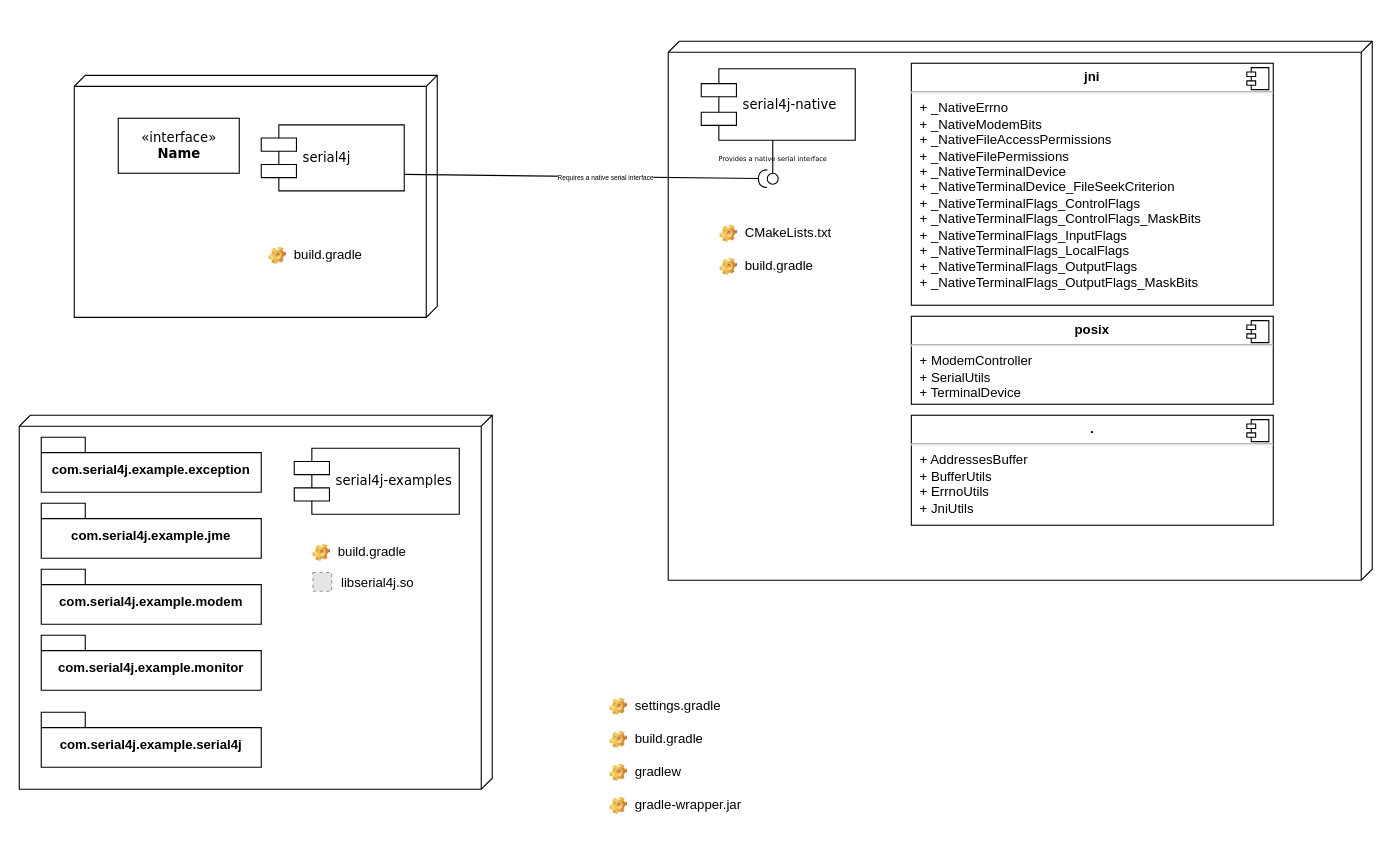
The draw.io diagram .repo-resources/abstraction-layer/byte-flow-architecture.drawio in Electrostat-Lab/Serial4j, before the edit. Source tidied: cells renumbered, new cells numbered last; positions are measured from the earlier drawing's top-left corner, leaving out a move shared by most shapes. Both pictures are drawn from the tidied source at 110%, with x=0, y=0 at pixel (19, 41). Pictures stored in the file or linked from it are replaced by grey dashed boxes.
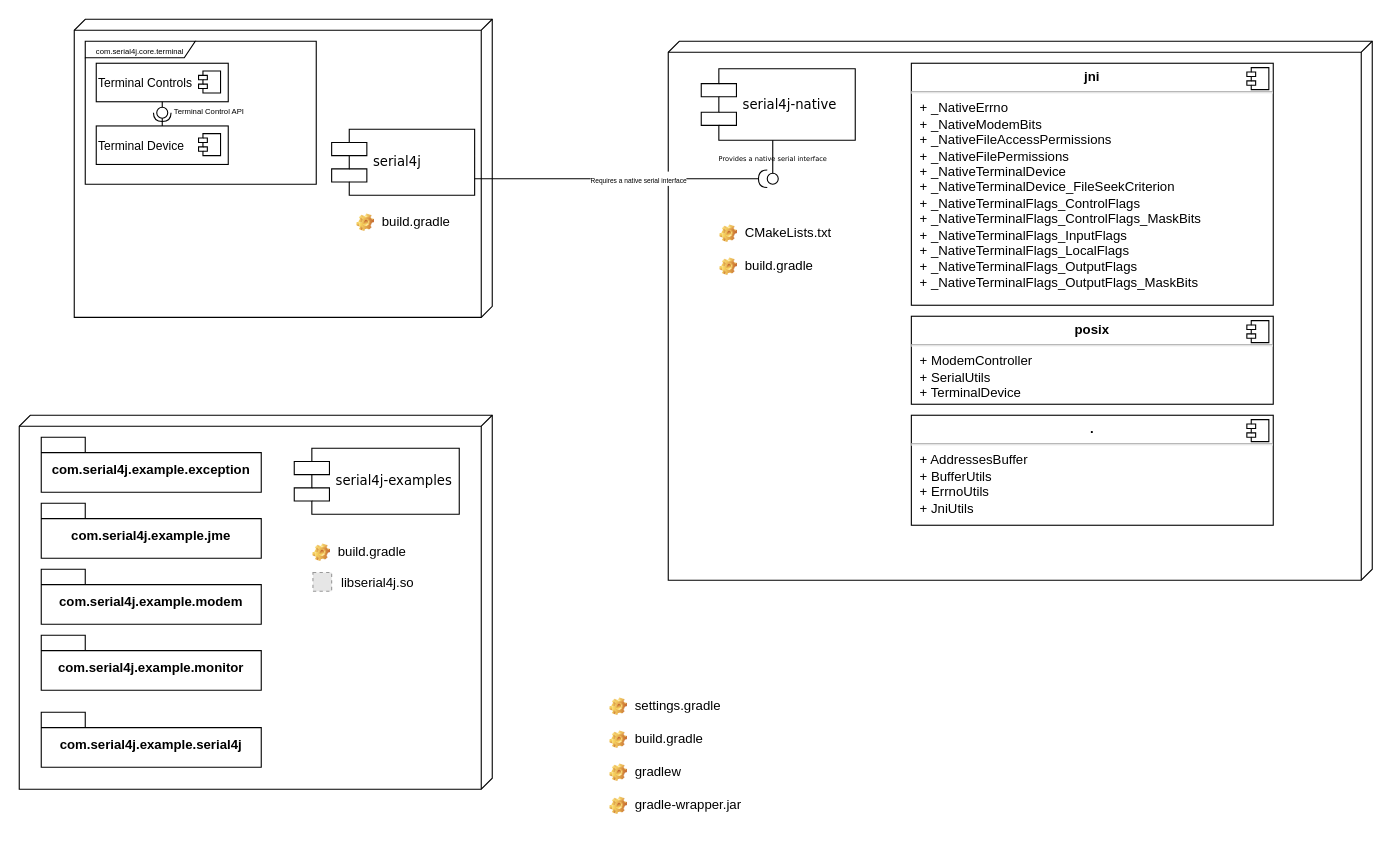
After the change.

Commit message:
byte-flow-architecture: serial terminal control interface

The edit, as a diff of the source:
```diff
@@
     <mxCell id="2" style="verticalAlign=top;align=left;spacingTop=8;spacingLeft=2;spacingRight=12;shape=cube;size=10;direction=south;fontStyle=4;html=1;rounded=0;shadow=0;comic=0;labelBackgroundColor=none;strokeWidth=1;fontFamily=Verdana;fontSize=12;" parent="1" vertex="1">
-      <mxGeometry x="50" y="31" width="330" height="220" as="geometry" />
+      <mxGeometry x="50" y="-20" width="380" height="271" as="geometry" />
     </mxCell>
@@
-    <mxCell id="5" value="&amp;laquo;interface&amp;raquo;&lt;br&gt;&lt;b&gt;Name&lt;/b&gt;" style="html=1;rounded=0;shadow=0;comic=0;labelBackgroundColor=none;strokeWidth=1;fontFamily=Verdana;fontSize=12;align=center;" parent="1" vertex="1">
-      <mxGeometry x="90" y="70" width="110" height="50" as="geometry" />
-    </mxCell>
     <mxCell id="6" value="serial4j" style="shape=component;align=left;spacingLeft=36;rounded=0;shadow=0;comic=0;labelBackgroundColor=none;strokeWidth=1;fontFamily=Verdana;fontSize=12;html=1;" parent="1" vertex="1">
-      <mxGeometry x="220" y="76" width="130" height="60" as="geometry" />
+      <mxGeometry x="284" y="80" width="130" height="60" as="geometry" />
     </mxCell>
@@
     <mxCell id="25" value="build.gradle" style="label;fontStyle=0;strokeColor=none;fillColor=none;align=left;verticalAlign=top;overflow=hidden;spacingLeft=28;spacingRight=4;imageWidth=16;imageHeight=16;whiteSpace=wrap;html=1;image=img/clipart/Gear_128x128.png;" parent="1" vertex="1">
-      <mxGeometry x="220" y="180" width="140" height="30" as="geometry" />
+      <mxGeometry x="300" y="150" width="100" height="30" as="geometry" />
     </mxCell>
@@
+    <mxCell id="35" value="&lt;font style=&quot;font-size: 7px;&quot;&gt;com.serial4j.core.terminal&lt;/font&gt;" style="shape=umlFrame;whiteSpace=wrap;html=1;width=100;height=15;" parent="1" vertex="1">
+      <mxGeometry x="60" width="210" height="130" as="geometry" />
+    </mxCell>
+    <mxCell id="36" value="&lt;font style=&quot;font-size: 11px;&quot;&gt;Terminal Device&lt;/font&gt;" style="html=1;whiteSpace=wrap;align=left;" parent="1" vertex="1">
+      <mxGeometry x="70" y="77" width="120" height="35" as="geometry" />
+    </mxCell>
+    <mxCell id="37" style="shape=module;jettyWidth=8;jettyHeight=4;" parent="36" vertex="1">
+      <mxGeometry x="1" width="20" height="20" relative="1" as="geometry">
+        <mxPoint x="-27" y="7" as="offset" />
+      </mxGeometry>
+    </mxCell>
+    <mxCell id="38" value="&lt;font style=&quot;font-size: 11px;&quot;&gt;Terminal Controls&lt;/font&gt;" style="html=1;whiteSpace=wrap;align=left;" parent="1" vertex="1">
+      <mxGeometry x="70" y="20" width="120" height="35" as="geometry" />
+    </mxCell>
+    <mxCell id="39" style="shape=module;jettyWidth=8;jettyHeight=4;" parent="38" vertex="1">
+      <mxGeometry x="1" width="20" height="20" relative="1" as="geometry">
+        <mxPoint x="-27" y="7" as="offset" />
+      </mxGeometry>
+    </mxCell>
+    <mxCell id="40" style="rounded=0;jettySize=auto;html=1;endArrow=halfCircle;endFill=0;endSize=6;strokeWidth=1;sketch=0;exitX=0.5;exitY=0;exitDx=0;exitDy=0;" parent="1" edge="1" source="36" target="42">
+      <mxGeometry relative="1" as="geometry">
+        <Array as="points">
+          <mxPoint x="130" y="70" />
+        </Array>
+      </mxGeometry>
+    </mxCell>
+    <mxCell id="41" style="rounded=0;jettySize=auto;html=1;endArrow=oval;endFill=0;sketch=0;sourcePerimeterSpacing=0;targetPerimeterSpacing=0;endSize=10;exitX=0.5;exitY=1;exitDx=0;exitDy=0;" parent="1" edge="1" source="38" target="42">
+      <mxGeometry relative="1" as="geometry" />
+    </mxCell>
+    <mxCell id="42" style="ellipse;whiteSpace=wrap;html=1;align=center;fillColor=none;strokeColor=none;perimeter=centerPerimeter;points=[];outlineConnect=1;" parent="1" vertex="1">
+      <mxGeometry x="125" y="60" width="10" height="10" as="geometry" />
+    </mxCell>
+    <mxCell id="43" value="&lt;font style=&quot;font-size: 7px;&quot;&gt;Terminal Control API&lt;/font&gt;" style="rounded=0;whiteSpace=wrap;html=1;align=left;labelBorderColor=none;fillColor=none;strokeColor=none;" parent="1" vertex="1">
+      <mxGeometry x="139" y="53" width="84" height="20" as="geometry" />
+    </mxCell>
```
